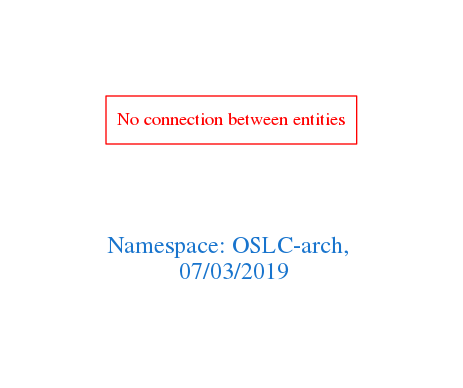
Above: downloads/OSLC-arch.png in arago/OGIT (Graphviz), before the change. Its source is kept beside it as downloads/OSLC-arch.dot.
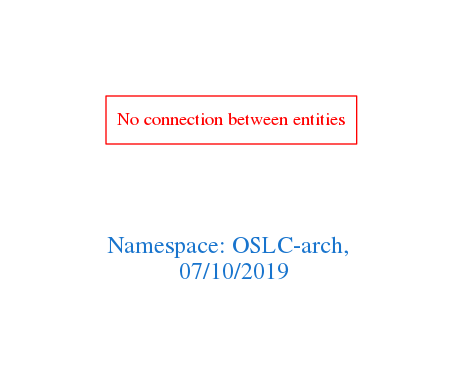
Above is the later version.

The edit, as a diff of the source:
```diff
@@ -1,7 +1,7 @@
 digraph OGIT_ontology {
  graph [ rankdir= LR,pad=1
 fontsize = 18,
-fontcolor= dodgerblue3,label = "\n\n\nNamespace: OSLC-arch, \n 07/03/2019"];
+fontcolor= dodgerblue3,label = "\n\n\nNamespace: OSLC-arch, \n 07/10/2019"];
 node[shape=polygon];
 edge [  color="gray81"];
 
```
